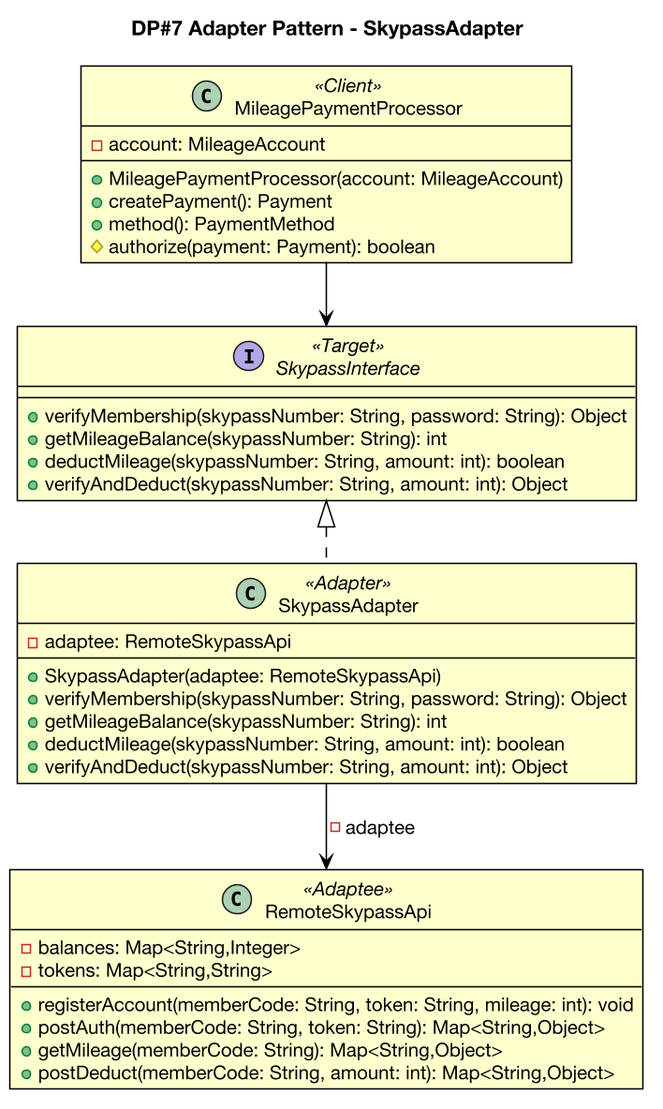
gimjungwook/KoreanAirReservationDomain keeps this PlantUML diagram as docs/diagrams/iter4-puml/en/dp7-adapter.png. Above is the earlier version. Source of this version:
```plantuml
@startuml dp7-adapter
skinparam backgroundColor #FFFFFF
skinparam shadowing false
skinparam roundcorner 0
skinparam linetype polyline
skinparam nodesep 26
skinparam ranksep 42
skinparam defaultFontName "Helvetica Neue"
skinparam defaultFontSize 13
skinparam dpi 150
skinparam class {
  BackgroundColor #FFFFCE
  BorderColor #000000
  BorderThickness 1
  ArrowColor #000000
  ArrowThickness 1
  FontColor #000000
  FontName "Helvetica Neue"
  AttributeFontColor #000000
  AttributeFontName "Helvetica Neue"
  StereotypeFontColor #000000
}
skinparam note {
  BackgroundColor #FFFFFF
  BorderColor #777777
  FontColor #000000
}

title DP#7 Adapter Pattern - SkypassAdapter
class MileagePaymentProcessor <<Client>> {
  -account: MileageAccount
  --
  +MileagePaymentProcessor(account: MileageAccount)
  +createPayment(): Payment
  +method(): PaymentMethod
  #authorize(payment: Payment): boolean
}
interface SkypassInterface <<Target>> {
  +verifyMembership(skypassNumber: String, password: String): Object
  +getMileageBalance(skypassNumber: String): int
  +deductMileage(skypassNumber: String, amount: int): boolean
  +verifyAndDeduct(skypassNumber: String, amount: int): Object
}
class SkypassAdapter <<Adapter>> {
  -adaptee: RemoteSkypassApi
  --
  +SkypassAdapter(adaptee: RemoteSkypassApi)
  +verifyMembership(skypassNumber: String, password: String): Object
  +getMileageBalance(skypassNumber: String): int
  +deductMileage(skypassNumber: String, amount: int): boolean
  +verifyAndDeduct(skypassNumber: String, amount: int): Object
}
class RemoteSkypassApi <<Adaptee>> {
  -balances: Map<String,Integer>
  -tokens: Map<String,String>
  --
  +registerAccount(memberCode: String, token: String, mileage: int): void
  +postAuth(memberCode: String, token: String): Map<String,Object>
  +getMileage(memberCode: String): Map<String,Object>
  +postDeduct(memberCode: String, amount: int): Map<String,Object>
}
MileagePaymentProcessor --> SkypassInterface
SkypassInterface <|.. SkypassAdapter
SkypassAdapter --> RemoteSkypassApi : -adaptee
@enduml
```
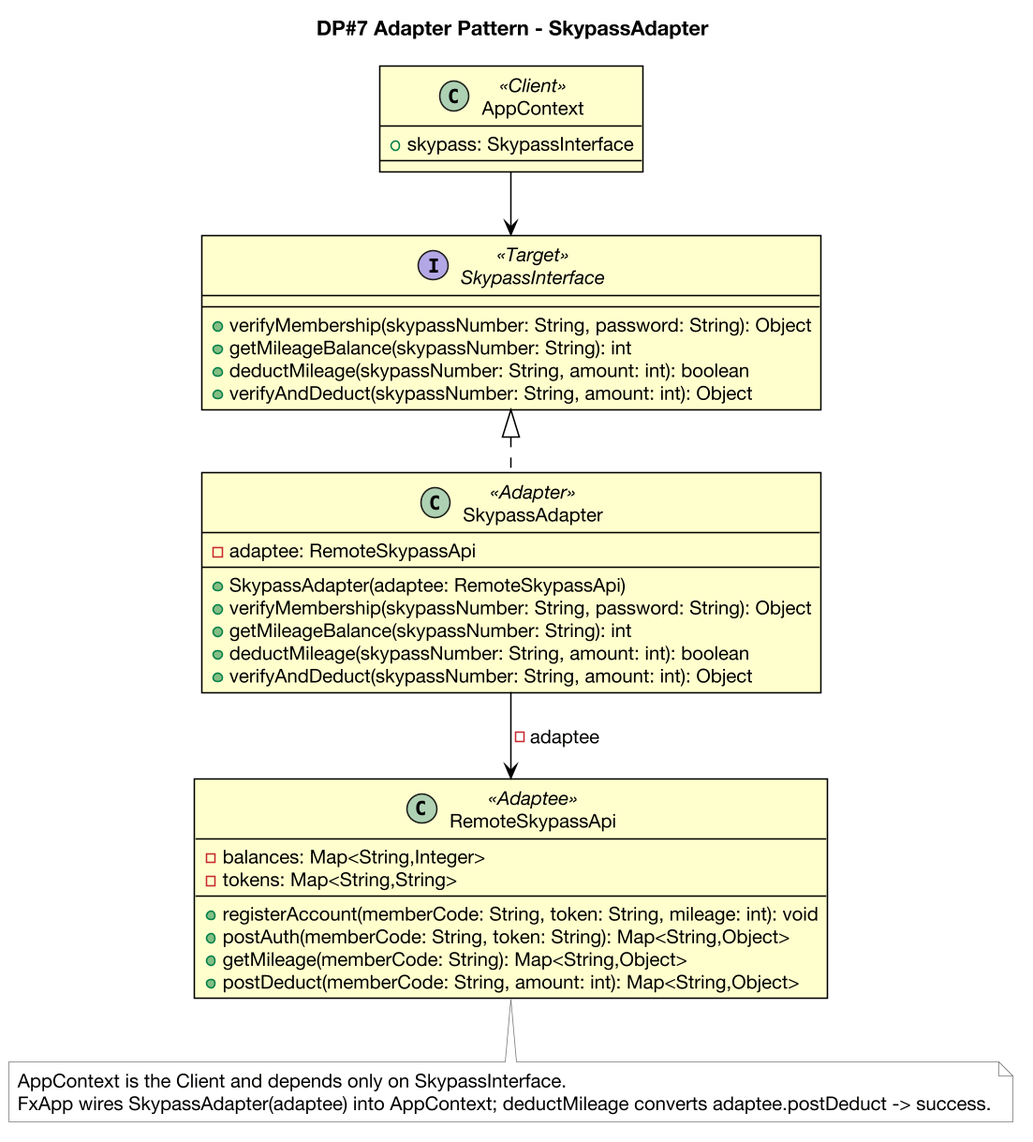
After the change.

Diff of the diagram source:
```diff
@@ -27,13 +27,8 @@
 }
 
 title DP#7 Adapter Pattern - SkypassAdapter
-class MileagePaymentProcessor <<Client>> {
-  -account: MileageAccount
-  --
-  +MileagePaymentProcessor(account: MileageAccount)
-  +createPayment(): Payment
-  +method(): PaymentMethod
-  #authorize(payment: Payment): boolean
+class AppContext <<Client>> {
+  +skypass: SkypassInterface
 }
 interface SkypassInterface <<Target>> {
   +verifyMembership(skypassNumber: String, password: String): Object
@@ -59,7 +54,8 @@
   +getMileage(memberCode: String): Map<String,Object>
   +postDeduct(memberCode: String, amount: int): Map<String,Object>
 }
-MileagePaymentProcessor --> SkypassInterface
+AppContext --> SkypassInterface
 SkypassInterface <|.. SkypassAdapter
 SkypassAdapter --> RemoteSkypassApi : -adaptee
+note bottom : AppContext is the Client and depends only on SkypassInterface.\nFxApp wires SkypassAdapter(adaptee) into AppContext; deductMileage converts adaptee.postDeduct -> success.
 @enduml
```
